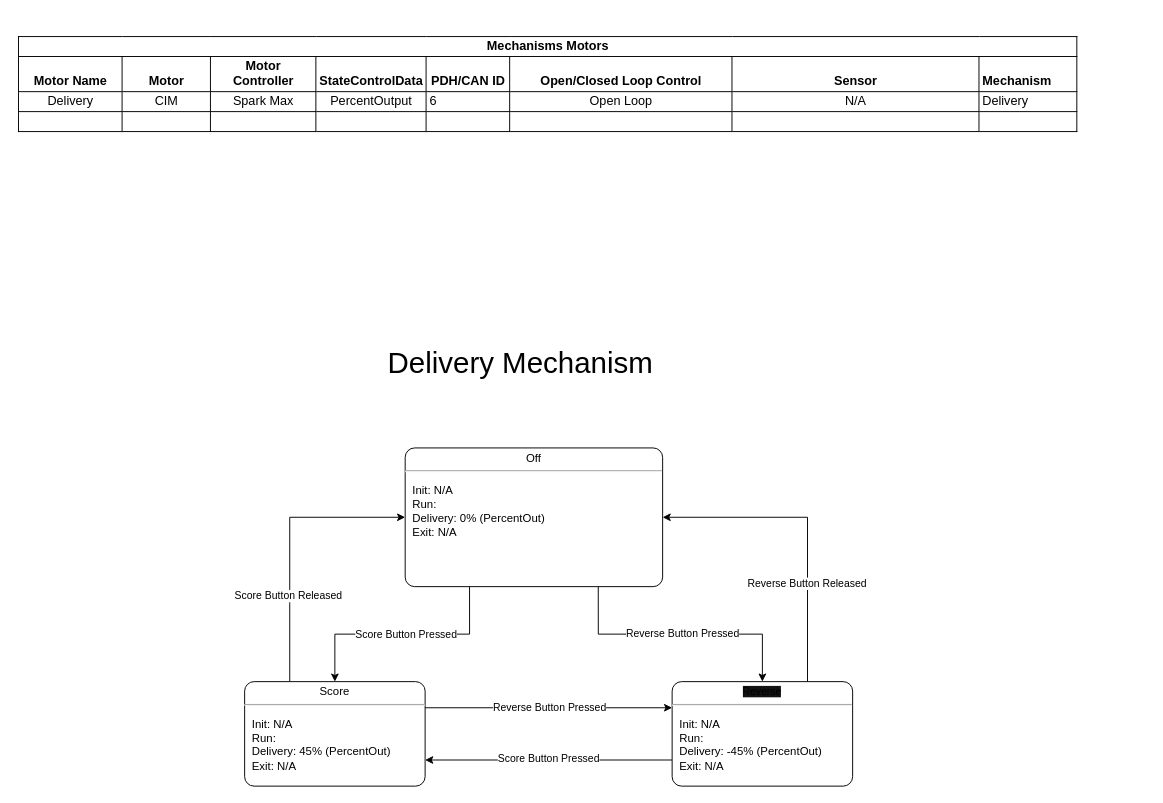
This is Documents/Mechanisms/Delivery State Diagram.drawio from Team302/2025Year1Reefscape, a draw.io file, before an edit. Source tidied: cells renumbered, new cells numbered last; positions are measured from the earlier drawing's top-left corner, leaving out a move shared by most shapes. Both pictures are drawn from the tidied source at 95%, with x=0, y=0 at pixel (16, 16).
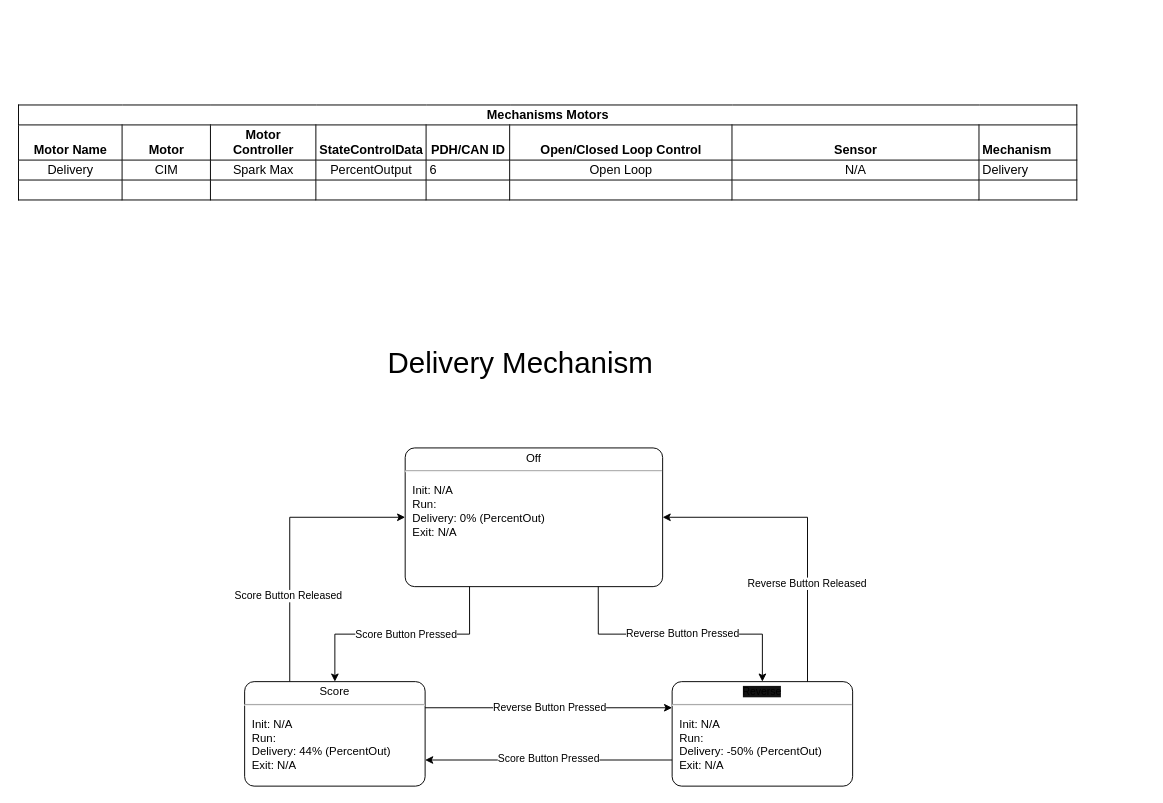
The same page after the edit.

What changed in the source:
```diff
@@
     <mxCell id="4" value="&lt;br&gt;&lt;table style=&quot;table-layout:fixed;font-size:10pt;font-family:Arial;width:0px;border-collapse:collapse;border:none&quot; border=&quot;1&quot; dir=&quot;ltr&quot; cellpadding=&quot;0&quot; cellspacing=&quot;0&quot; xmlns=&quot;http://www.w3.org/1999/xhtml&quot;&gt;&lt;colgroup&gt;&lt;col width=&quot;109&quot;&gt;&lt;col width=&quot;93&quot;&gt;&lt;col width=&quot;111&quot;&gt;&lt;col width=&quot;116&quot;&gt;&lt;col width=&quot;88&quot;&gt;&lt;col width=&quot;234&quot;&gt;&lt;col width=&quot;260&quot;&gt;&lt;col width=&quot;103&quot;&gt;&lt;/colgroup&gt;&lt;tbody&gt;&lt;tr style=&quot;height:21px;&quot;&gt;&lt;td colspan=&quot;8&quot; rowspan=&quot;1&quot; style=&quot;border-width: 1px; border-style: solid; border-color: rgb(0, 0, 0); overflow: hidden; padding: 2px 3px; vertical-align: bottom; font-weight: bold; text-align: center;&quot;&gt;Mechanisms Motors&lt;/td&gt;&lt;/tr&gt;&lt;tr style=&quot;height:21px;&quot;&gt;&lt;td style=&quot;border-right: 1px solid rgb(0, 0, 0); border-bottom: 1px solid rgb(0, 0, 0); border-left: 1px solid rgb(0, 0, 0); overflow: hidden; padding: 2px 3px; vertical-align: bottom; font-weight: bold; text-align: center;&quot;&gt;Motor Name&lt;/td&gt;&lt;td style=&quot;border-right: 1px solid rgb(0, 0, 0); border-bottom: 1px solid rgb(0, 0, 0); overflow: hidden; padding: 2px 3px; vertical-align: bottom; font-weight: bold; text-align: center;&quot;&gt;Motor&lt;/td&gt;&lt;td style=&quot;border-right: 1px solid rgb(0, 0, 0); border-bottom: 1px solid rgb(0, 0, 0); overflow: hidden; padding: 2px 3px; vertical-align: bottom; font-weight: bold; text-align: center;&quot;&gt;Motor Controller&lt;/td&gt;&lt;td style=&quot;border-right: 1px solid rgb(0, 0, 0); border-bottom: 1px solid rgb(0, 0, 0); overflow: hidden; padding: 2px 3px; vertical-align: bottom; font-weight: bold; text-align: center;&quot;&gt;StateControlData&lt;/td&gt;&lt;td style=&quot;border-right: 1px solid rgb(0, 0, 0); border-bottom: 1px solid rgb(0, 0, 0); overflow: hidden; padding: 2px 3px; vertical-align: bottom; font-weight: bold; text-align: center;&quot;&gt;PDH/CAN ID&lt;/td&gt;&lt;td style=&quot;border-right: 1px solid rgb(0, 0, 0); border-bottom: 1px solid rgb(0, 0, 0); overflow: hidden; padding: 2px 3px; vertical-align: bottom; font-weight: bold; text-align: center;&quot;&gt;Open/Closed Loop Control&lt;/td&gt;&lt;td style=&quot;border-right: 1px solid rgb(0, 0, 0); border-bottom: 1px solid rgb(0, 0, 0); overflow: hidden; padding: 2px 3px; vertical-align: bottom; font-weight: bold; text-align: center;&quot;&gt;Sensor&lt;/td&gt;&lt;td style=&quot;border-right: 1px solid rgb(0, 0, 0); border-bottom: 1px solid rgb(0, 0, 0); overflow: hidden; padding: 2px 3px; vertical-align: bottom; font-weight: bold;&quot;&gt;Mechanism&lt;/td&gt;&lt;/tr&gt;&lt;tr style=&quot;height:21px;&quot;&gt;&lt;td style=&quot;border-right: 1px solid rgb(0, 0, 0); border-bottom: 1px solid rgb(0, 0, 0); border-left: 1px solid rgb(0, 0, 0); overflow: hidden; padding: 2px 3px; vertical-align: middle; text-align: center;&quot;&gt;Delivery&lt;/td&gt;&lt;td style=&quot;border-right: 1px solid rgb(0, 0, 0); border-bottom: 1px solid rgb(0, 0, 0); overflow: hidden; padding: 2px 3px; vertical-align: middle; text-align: center;&quot;&gt;CIM&lt;/td&gt;&lt;td style=&quot;border-right: 1px solid rgb(0, 0, 0); border-bottom: 1px solid rgb(0, 0, 0); overflow: hidden; padding: 2px 3px; vertical-align: middle; text-align: center;&quot;&gt;Spark Max&lt;/td&gt;&lt;td style=&quot;border-right: 1px solid rgb(0, 0, 0); border-bottom: 1px solid rgb(0, 0, 0); overflow: hidden; padding: 2px 3px; vertical-align: middle; text-align: center;&quot;&gt;PercentOutput&lt;/td&gt;&lt;td style=&quot;border-right: 1px solid rgb(0, 0, 0); border-bottom: 1px solid rgb(0, 0, 0); overflow: hidden; padding: 2px 3px; vertical-align: middle;&quot;&gt;6&lt;/td&gt;&lt;td style=&quot;border-right: 1px solid rgb(0, 0, 0); border-bottom: 1px solid rgb(0, 0, 0); overflow: hidden; padding: 2px 3px; vertical-align: middle; text-align: center;&quot;&gt;Open Loop&lt;/td&gt;&lt;td style=&quot;border-right: 1px solid rgb(0, 0, 0); border-bottom: 1px solid rgb(0, 0, 0); overflow: hidden; padding: 2px 3px; vertical-align: middle; text-align: center;&quot;&gt;N/A&lt;/td&gt;&lt;td style=&quot;border-right: 1px solid rgb(0, 0, 0); border-bottom: 1px solid rgb(0, 0, 0); overflow: hidden; padding: 2px 3px; vertical-align: bottom;&quot;&gt;Delivery&lt;br&gt;&lt;/td&gt;&lt;/tr&gt;&lt;tr style=&quot;height:21px;&quot;&gt;&lt;td style=&quot;border-right: 1px solid rgb(0, 0, 0); border-bottom: 1px solid rgb(0, 0, 0); border-left: 1px solid rgb(0, 0, 0); overflow: hidden; padding: 2px 3px; vertical-align: middle;&quot;&gt;&lt;/td&gt;&lt;td style=&quot;border-right: 1px solid rgb(0, 0, 0); border-bottom: 1px solid rgb(0, 0, 0); overflow: hidden; padding: 2px 3px; vertical-align: middle;&quot;&gt;&lt;/td&gt;&lt;td style=&quot;border-right: 1px solid rgb(0, 0, 0); border-bottom: 1px solid rgb(0, 0, 0); overflow: hidden; padding: 2px 3px; vertical-align: middle;&quot;&gt;&lt;/td&gt;&lt;td style=&quot;border-right: 1px solid rgb(0, 0, 0); border-bottom: 1px solid rgb(0, 0, 0); overflow: hidden; padding: 2px 3px; vertical-align: middle;&quot;&gt;&lt;/td&gt;&lt;td style=&quot;border-right: 1px solid rgb(0, 0, 0); border-bottom: 1px solid rgb(0, 0, 0); overflow: hidden; padding: 2px 3px; vertical-align: middle;&quot;&gt;&lt;/td&gt;&lt;td style=&quot;border-right: 1px solid rgb(0, 0, 0); border-bottom: 1px solid rgb(0, 0, 0); overflow: hidden; padding: 2px 3px; vertical-align: middle;&quot;&gt;&lt;/td&gt;&lt;td style=&quot;border-right: 1px solid rgb(0, 0, 0); border-bottom: 1px solid rgb(0, 0, 0); overflow: hidden; padding: 2px 3px; vertical-align: middle;&quot;&gt;&lt;/td&gt;&lt;td style=&quot;border-right: 1px solid rgb(0, 0, 0); border-bottom: 1px solid rgb(0, 0, 0); overflow: hidden; padding: 2px 3px; vertical-align: bottom;&quot;&gt;&lt;br&gt;&lt;/td&gt;&lt;/tr&gt;&lt;/tbody&gt;&lt;/table&gt;&lt;div&gt;&lt;br&gt;&lt;/div&gt;" style="text;whiteSpace=wrap;html=1;" parent="1" vertex="1">
-      <mxGeometry width="1190" height="290" as="geometry" />
+      <mxGeometry y="72" width="1190" height="290" as="geometry" />
     </mxCell>
@@
-    <mxCell id="7" value="&lt;p style=&quot;margin:0px;margin-top:4px;text-align:center;&quot;&gt;Score&lt;/p&gt;&lt;hr&gt;&lt;p&gt;&lt;/p&gt;&lt;p style=&quot;margin: 0px 0px 0px 8px; text-align: left;&quot;&gt;&lt;span style=&quot;background-color: transparent; color: light-dark(rgb(0, 0, 0), rgb(255, 255, 255));&quot;&gt;Init:&amp;nbsp;&lt;/span&gt;&lt;span style=&quot;background-color: transparent; color: light-dark(rgb(0, 0, 0), rgb(255, 255, 255));&quot;&gt;N/A&lt;/span&gt;&lt;/p&gt;&lt;p style=&quot;margin: 0px 0px 0px 8px; text-align: left;&quot;&gt;Run:&amp;nbsp;&lt;/p&gt;&lt;p style=&quot;margin: 0px 0px 0px 8px; text-align: left;&quot;&gt;Delivery: 45% (&lt;span style=&quot;background-color: transparent; color: light-dark(rgb(0, 0, 0), rgb(255, 255, 255));&quot;&gt;PercentOut)&lt;/span&gt;&lt;/p&gt;&lt;p style=&quot;margin: 0px 0px 0px 8px; text-align: left;&quot;&gt;&lt;span style=&quot;background-color: transparent; color: light-dark(rgb(0, 0, 0), rgb(255, 255, 255));&quot;&gt;Exit: N/A&lt;/span&gt;&lt;/p&gt;" style="shape=mxgraph.sysml.simpleState;html=1;overflow=fill;whiteSpace=wrap;align=center;" parent="1" vertex="1">
+    <mxCell id="7" value="&lt;p style=&quot;margin:0px;margin-top:4px;text-align:center;&quot;&gt;Score&lt;/p&gt;&lt;hr&gt;&lt;p&gt;&lt;/p&gt;&lt;p style=&quot;margin: 0px 0px 0px 8px; text-align: left;&quot;&gt;&lt;span style=&quot;background-color: transparent; color: light-dark(rgb(0, 0, 0), rgb(255, 255, 255));&quot;&gt;Init:&amp;nbsp;&lt;/span&gt;&lt;span style=&quot;background-color: transparent; color: light-dark(rgb(0, 0, 0), rgb(255, 255, 255));&quot;&gt;N/A&lt;/span&gt;&lt;/p&gt;&lt;p style=&quot;margin: 0px 0px 0px 8px; text-align: left;&quot;&gt;Run:&amp;nbsp;&lt;/p&gt;&lt;p style=&quot;margin: 0px 0px 0px 8px; text-align: left;&quot;&gt;Delivery: 44% (&lt;span style=&quot;background-color: transparent; color: light-dark(rgb(0, 0, 0), rgb(255, 255, 255));&quot;&gt;PercentOut)&lt;/span&gt;&lt;/p&gt;&lt;p style=&quot;margin: 0px 0px 0px 8px; text-align: left;&quot;&gt;&lt;span style=&quot;background-color: transparent; color: light-dark(rgb(0, 0, 0), rgb(255, 255, 255));&quot;&gt;Exit: N/A&lt;/span&gt;&lt;/p&gt;" style="shape=mxgraph.sysml.simpleState;html=1;overflow=fill;whiteSpace=wrap;align=center;" parent="1" vertex="1">
       <mxGeometry x="240" y="700" width="190" height="110" as="geometry" />
     </mxCell>
@@
-    <mxCell id="10" value="&lt;p style=&quot;margin:0px;margin-top:4px;text-align:center;&quot;&gt;&lt;span style=&quot;font-size: 11px; text-wrap-mode: nowrap; background-color: rgb(18, 18, 18);&quot;&gt;Reverse&lt;/span&gt;&lt;/p&gt;&lt;hr&gt;&lt;p&gt;&lt;/p&gt;&lt;p style=&quot;margin: 0px 0px 0px 8px; text-align: left;&quot;&gt;&lt;span style=&quot;background-color: transparent; color: light-dark(rgb(0, 0, 0), rgb(255, 255, 255));&quot;&gt;Init:&amp;nbsp;&lt;/span&gt;&lt;span style=&quot;background-color: transparent; color: light-dark(rgb(0, 0, 0), rgb(255, 255, 255));&quot;&gt;N/A&lt;/span&gt;&lt;/p&gt;&lt;p style=&quot;margin: 0px 0px 0px 8px; text-align: left;&quot;&gt;Run:&amp;nbsp;&lt;/p&gt;&lt;p style=&quot;margin: 0px 0px 0px 8px; text-align: left;&quot;&gt;Delivery: -45% (&lt;span style=&quot;background-color: transparent; color: light-dark(rgb(0, 0, 0), rgb(255, 255, 255));&quot;&gt;PercentOut)&lt;/span&gt;&lt;/p&gt;&lt;p style=&quot;margin: 0px 0px 0px 8px; text-align: left;&quot;&gt;&lt;span style=&quot;background-color: transparent; color: light-dark(rgb(0, 0, 0), rgb(255, 255, 255));&quot;&gt;Exit: N/A&lt;/span&gt;&lt;/p&gt;" style="shape=mxgraph.sysml.simpleState;html=1;overflow=fill;whiteSpace=wrap;align=center;" parent="1" vertex="1">
+    <mxCell id="10" value="&lt;p style=&quot;margin:0px;margin-top:4px;text-align:center;&quot;&gt;&lt;span style=&quot;font-size: 11px; text-wrap-mode: nowrap; background-color: rgb(18, 18, 18);&quot;&gt;Reverse&lt;/span&gt;&lt;/p&gt;&lt;hr&gt;&lt;p&gt;&lt;/p&gt;&lt;p style=&quot;margin: 0px 0px 0px 8px; text-align: left;&quot;&gt;&lt;span style=&quot;background-color: transparent; color: light-dark(rgb(0, 0, 0), rgb(255, 255, 255));&quot;&gt;Init:&amp;nbsp;&lt;/span&gt;&lt;span style=&quot;background-color: transparent; color: light-dark(rgb(0, 0, 0), rgb(255, 255, 255));&quot;&gt;N/A&lt;/span&gt;&lt;/p&gt;&lt;p style=&quot;margin: 0px 0px 0px 8px; text-align: left;&quot;&gt;Run:&amp;nbsp;&lt;/p&gt;&lt;p style=&quot;margin: 0px 0px 0px 8px; text-align: left;&quot;&gt;Delivery: -50% (&lt;span style=&quot;background-color: transparent; color: light-dark(rgb(0, 0, 0), rgb(255, 255, 255));&quot;&gt;PercentOut)&lt;/span&gt;&lt;/p&gt;&lt;p style=&quot;margin: 0px 0px 0px 8px; text-align: left;&quot;&gt;&lt;span style=&quot;background-color: transparent; color: light-dark(rgb(0, 0, 0), rgb(255, 255, 255));&quot;&gt;Exit: N/A&lt;/span&gt;&lt;/p&gt;" style="shape=mxgraph.sysml.simpleState;html=1;overflow=fill;whiteSpace=wrap;align=center;" parent="1" vertex="1">
       <mxGeometry x="690" y="700" width="190" height="110" as="geometry" />
     </mxCell>
```
